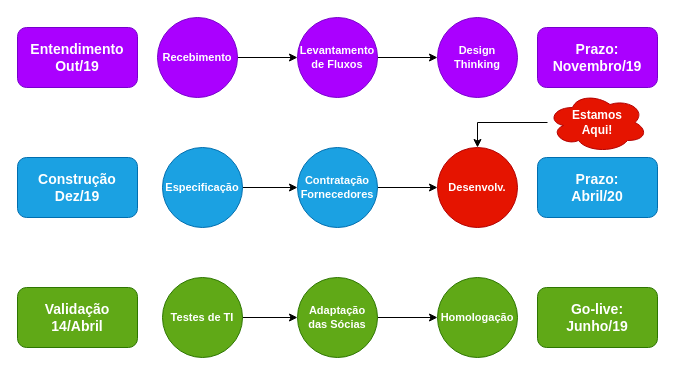
Earlier version of the draw.io diagram Untitled Diagram.drawio (anlugifa/drawio). Source tidied: cells renumbered, new cells numbered last; positions are measured from the earlier drawing's top-left corner, leaving out a move shared by most shapes. Both pictures are drawn from the tidied source at 100%, with x=0, y=0 at pixel (17, 17).
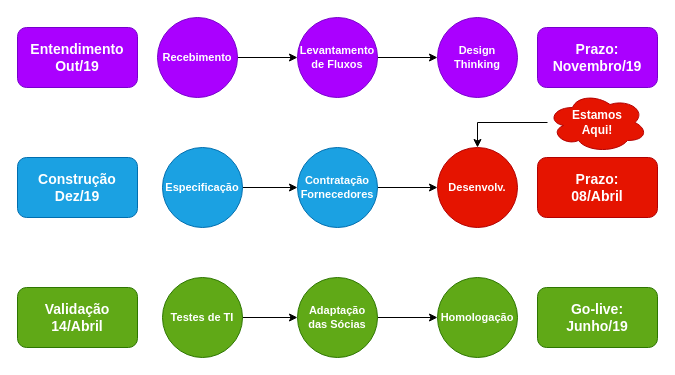
The same page after the edit.

Diff of the diagram source:
```diff
@@
-    <mxCell id="21" value="Prazo:&lt;br style=&quot;font-size: 14px;&quot;&gt;Abril/20" style="rounded=1;whiteSpace=wrap;html=1;fillColor=#1ba1e2;strokeColor=#006EAF;fontColor=#ffffff;fontStyle=1;fontSize=14;" parent="1" vertex="1">
+    <mxCell id="21" value="Prazo:&lt;br style=&quot;font-size: 14px&quot;&gt;08/Abril" style="rounded=1;whiteSpace=wrap;html=1;fillColor=#e51400;strokeColor=#B20000;fontColor=#ffffff;fontStyle=1;fontSize=14;" parent="1" vertex="1">
       <mxGeometry x="520" y="140" width="120" height="60" as="geometry" />
     </mxCell>
```
